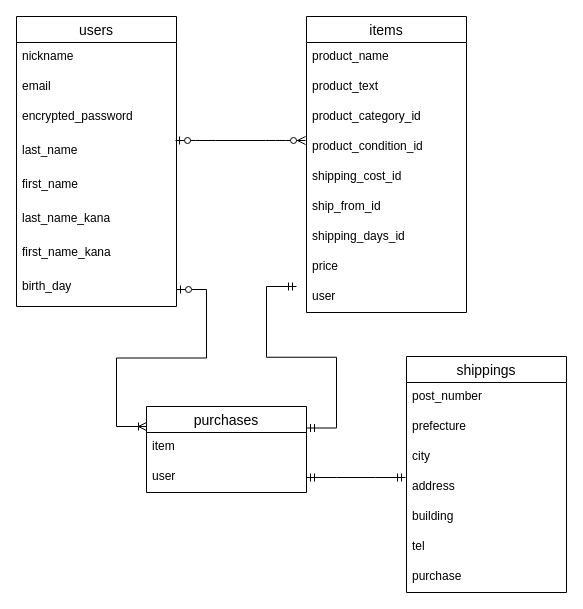
The draw.io diagram .dio in SaLily69/furima-37580, before the edit. Source tidied: cells renumbered, new cells numbered last; positions are measured from the earlier drawing's top-left corner, leaving out a move shared by most shapes. Both pictures are drawn from the tidied source at 100%, with x=0, y=0 at pixel (16, 16).
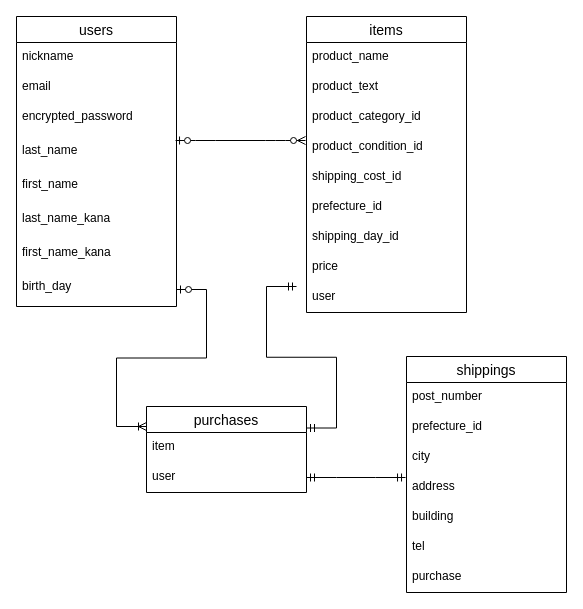
The same page after the edit.

Commit message (it also covers changes not shown here):
データベース設計修正②

Unchanged cells that the change refers to:
```xml
<mxCell id="11" value="items" style="swimlane;fontStyle=0;horizontal=1;startSize=26;align=center;fontSize=14;" parent="1" vertex="1">
  <mxGeometry x="290" width="160" height="296" as="geometry" />
</mxCell>
<mxCell id="24" value="shippings" style="swimlane;fontStyle=0;horizontal=1;startSize=26;align=center;fontSize=14;" parent="1" vertex="1">
  <mxGeometry x="390" y="340" width="160" height="236" as="geometry" />
</mxCell>
```

What changed in the source:
```diff
@@
-    <mxCell id="17" value="ship_from_id" style="text;strokeColor=none;fillColor=none;spacingLeft=4;spacingRight=4;overflow=hidden;fontSize=12;" parent="11" vertex="1">
+    <mxCell id="17" value="prefecture_id" style="text;strokeColor=none;fillColor=none;spacingLeft=4;spacingRight=4;overflow=hidden;fontSize=12;" parent="11" vertex="1">
       <mxGeometry y="176" width="160" height="30" as="geometry" />
     </mxCell>
-    <mxCell id="18" value="shipping_days_id" style="text;strokeColor=none;fillColor=none;spacingLeft=4;spacingRight=4;overflow=hidden;fontSize=12;" parent="11" vertex="1">
+    <mxCell id="18" value="shipping_day_id" style="text;strokeColor=none;fillColor=none;spacingLeft=4;spacingRight=4;overflow=hidden;fontSize=12;" parent="11" vertex="1">
       <mxGeometry y="206" width="160" height="30" as="geometry" />
     </mxCell>
@@
-    <mxCell id="26" value="prefecture" style="text;strokeColor=none;fillColor=none;spacingLeft=4;spacingRight=4;overflow=hidden;fontSize=12;" parent="24" vertex="1">
+    <mxCell id="26" value="prefecture_id" style="text;strokeColor=none;fillColor=none;spacingLeft=4;spacingRight=4;overflow=hidden;fontSize=12;" parent="24" vertex="1">
       <mxGeometry y="56" width="160" height="30" as="geometry" />
     </mxCell>
```
